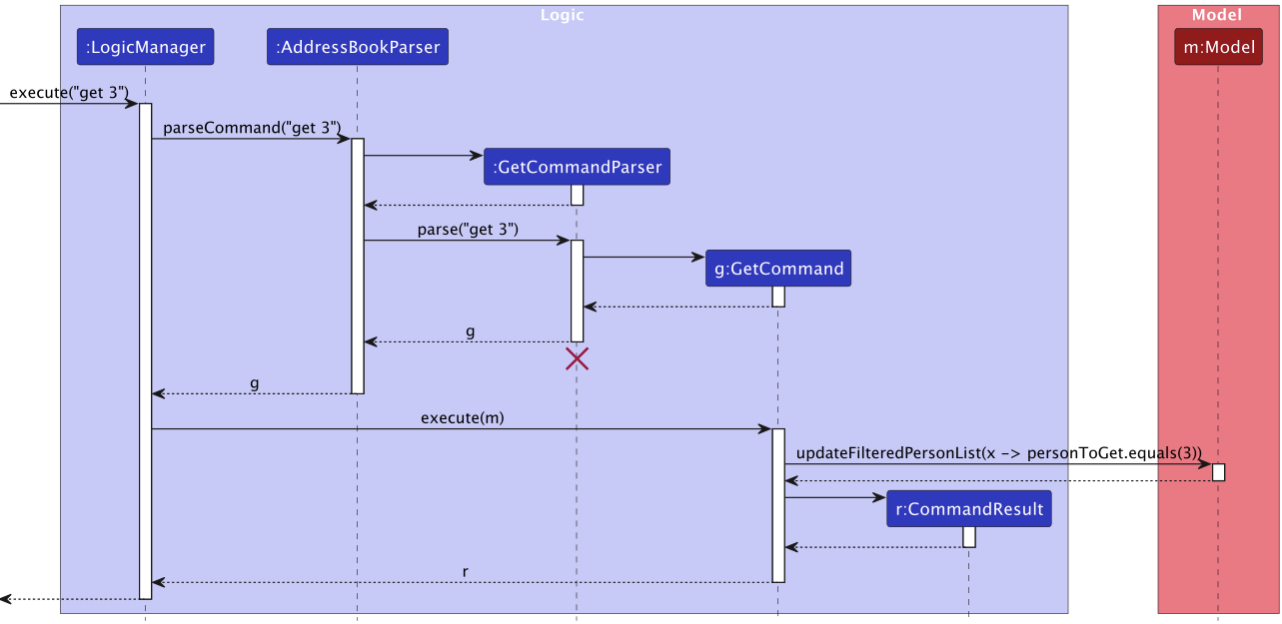
Above: docs/images/GetSequenceDiagram.png in nus-cs2103-AY2324S2/tp (PlantUML), before the change. Its source is kept beside it as docs/diagrams/GetSequenceDiagram.puml. Source of this version:
```plantuml
@startuml
!include style.puml
skinparam ArrowFontStyle plain

box Logic LOGIC_COLOR_T1
participant ":LogicManager" as LogicManager LOGIC_COLOR
participant ":AddressBookParser" as AddressBookParser LOGIC_COLOR
participant ":GetCommandParser" as GetCommandParser LOGIC_COLOR
participant "g:GetCommand" as GetCommand LOGIC_COLOR
participant "r:CommandResult" as CommandResult LOGIC_COLOR
end box

box Model MODEL_COLOR_T1
participant "m:Model" as Model MODEL_COLOR
end box

[-> LogicManager : execute("get 3")
activate LogicManager

LogicManager -> AddressBookParser : parseCommand("get 3")
activate AddressBookParser

create GetCommandParser
AddressBookParser -> GetCommandParser
activate GetCommandParser

GetCommandParser --> AddressBookParser
deactivate GetCommandParser

AddressBookParser -> GetCommandParser : parse("get 3")
activate GetCommandParser

create GetCommand
GetCommandParser -> GetCommand
activate GetCommand

GetCommand --> GetCommandParser :
deactivate GetCommand

GetCommandParser --> AddressBookParser : g
deactivate GetCommandParser
GetCommandParser -[hidden]-> AddressBookParser
destroy GetCommandParser

AddressBookParser --> LogicManager : g
deactivate AddressBookParser

LogicManager -> GetCommand : execute(m)
activate GetCommand

GetCommand -> Model : updateFilteredPersonList(x -> personToGet.equals(3))
activate Model

Model --> GetCommand
deactivate Model

create CommandResult
GetCommand -> CommandResult
activate CommandResult

CommandResult --> GetCommand
deactivate CommandResult

GetCommand --> LogicManager : r
deactivate GetCommand

[<--LogicManager
deactivate LogicManager
@enduml
```
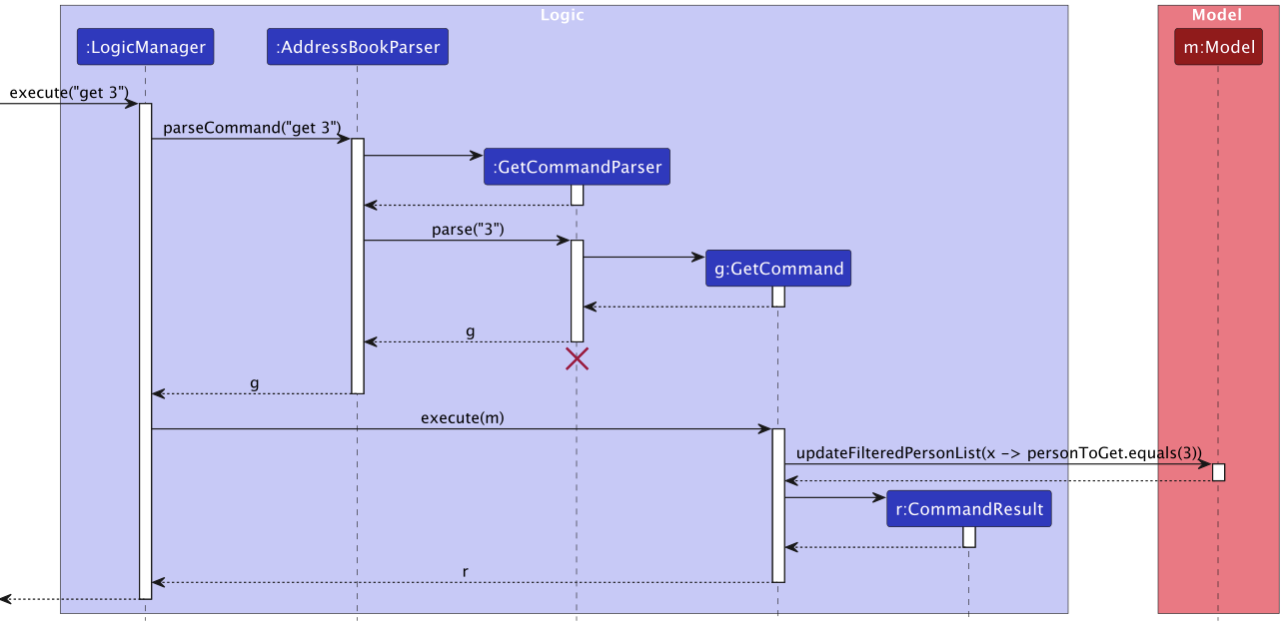
After the change.

The edit, as a diff of the source:
```diff
@@ -27,7 +27,7 @@
 GetCommandParser --> AddressBookParser
 deactivate GetCommandParser
 
-AddressBookParser -> GetCommandParser : parse("get 3")
+AddressBookParser -> GetCommandParser : parse("3")
 activate GetCommandParser
 
 create GetCommand
```
